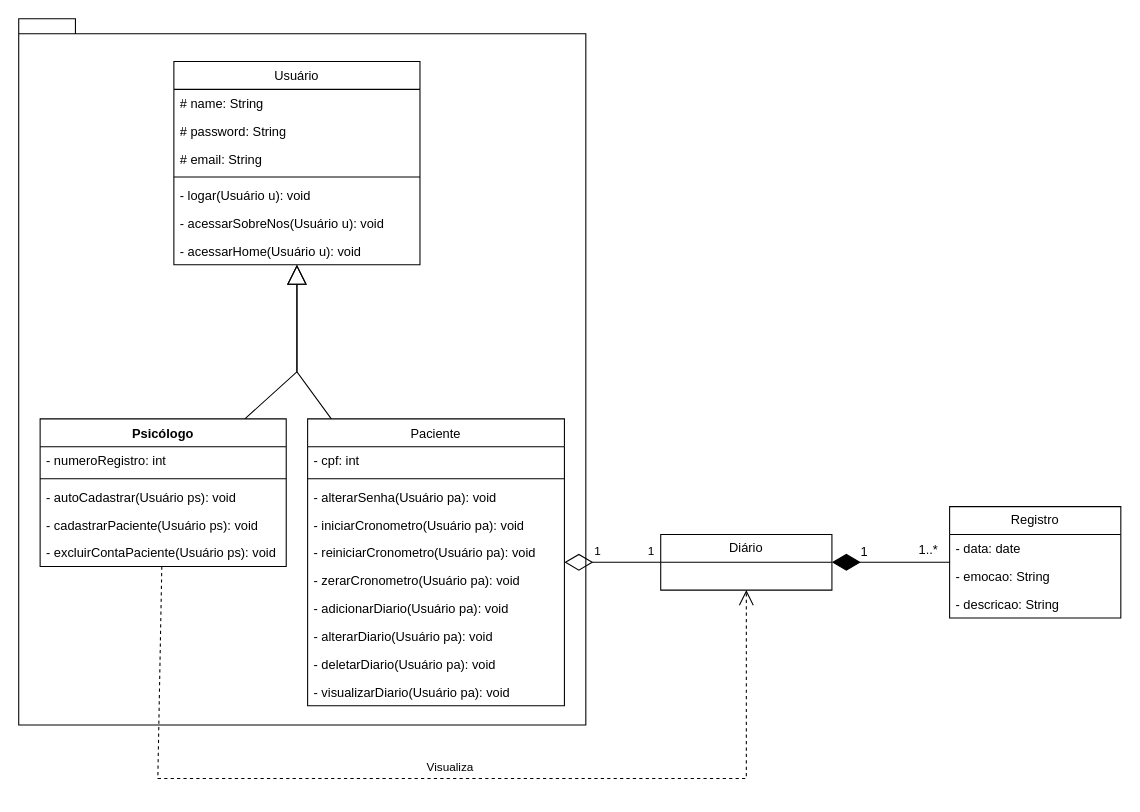
The draw.io diagram InterfaceMyPeace.drawio in RebecaVieiraM/Diagramas, before the edit. Source tidied: cells renumbered, new cells numbered last; positions are measured from the earlier drawing's top-left corner, leaving out a move shared by most shapes. Both pictures are drawn from the tidied source at 107%, with x=0, y=0 at pixel (18, 18).
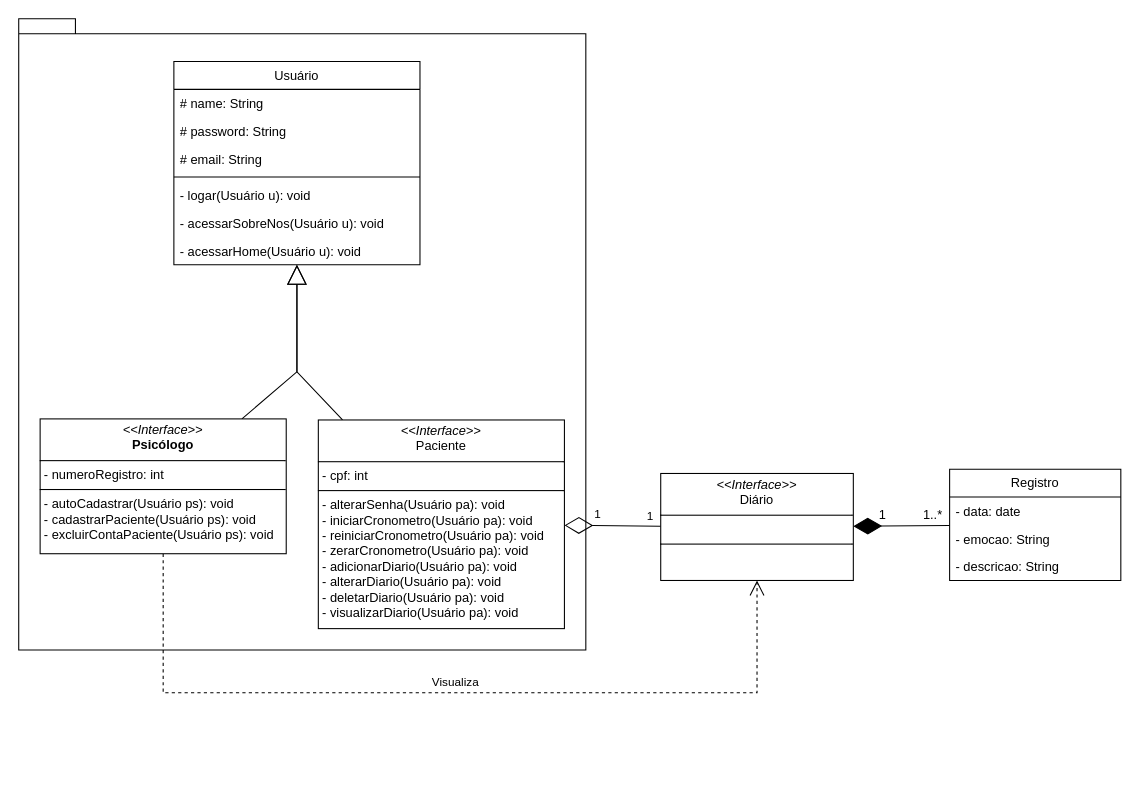
Above is the later version.

The change refers to these unchanged cells:
```xml
<mxCell id="30" value="&lt;span style=&quot;font-weight: 400;&quot;&gt;Usuário&lt;/span&gt;" style="swimlane;fontStyle=1;align=center;verticalAlign=top;horizontal=1;startSize=26;whiteSpace=wrap;html=1;" parent="1" vertex="1">
  <mxGeometry x="145" y="40" width="230" height="190" as="geometry" />
</mxCell>
```

The edit, as a diff of the source:
```diff
@@
     <mxCell id="2" style="shape=folder;fontStyle=1;spacingTop=10;tabWidth=40;tabHeight=14;tabPosition=left;html=1;whiteSpace=wrap;" parent="1" vertex="1">
-      <mxGeometry width="530" height="660" as="geometry" />
+      <mxGeometry width="530" height="590" as="geometry" />
     </mxCell>
-    <mxCell id="3" style="endArrow=block;endSize=16;endFill=0;html=1;rounded=0;" parent="1" edge="1" source="13" target="30">
+    <mxCell id="3" style="endArrow=block;endSize=16;endFill=0;html=1;rounded=0;" parent="1" edge="1" source="42" target="30">
       <mxGeometry relative="1" as="geometry">
         <Array as="points">
           <mxPoint x="260" y="330" />
         </Array>
       </mxGeometry>
     </mxCell>
-    <mxCell id="4" style="endArrow=block;endSize=16;endFill=0;html=1;rounded=0;" parent="1" edge="1" source="19" target="30">
+    <mxCell id="4" style="endArrow=block;endSize=16;endFill=0;html=1;rounded=0;" parent="1" edge="1" source="44" target="30">
       <mxGeometry relative="1" as="geometry">
         <Array as="points">
           <mxPoint x="260" y="330" />
         </Array>
       </mxGeometry>
     </mxCell>
-    <mxCell id="5" value="Diário" style="swimlane;fontStyle=0;horizontal=1;startSize=26;fillColor=none;whiteSpace=wrap;html=1;" parent="1" vertex="1">
-      <mxGeometry x="600" y="482" width="160" height="52" as="geometry" />
-    </mxCell>
-    <mxCell id="6" style="endArrow=diamondThin;endFill=0;endSize=24;html=1;rounded=0;" parent="1" edge="1" source="5" target="19">
+    <mxCell id="6" style="endArrow=diamondThin;endFill=0;endSize=24;html=1;rounded=0;" parent="1" edge="1" source="43" target="44">
       <mxGeometry relative="1" as="geometry" />
     </mxCell>
@@
     <mxCell id="8" value="Registro" style="swimlane;fontStyle=0;horizontal=1;startSize=26;fillColor=none;whiteSpace=wrap;html=1;" parent="1" vertex="1">
-      <mxGeometry x="870" y="456" width="160" height="104" as="geometry" />
+      <mxGeometry x="870" y="421" width="160" height="104" as="geometry" />
     </mxCell>
@@
     <mxCell id="12" value="1..*" style="text;html=1;align=center;verticalAlign=middle;strokeColor=none;fillColor=none;" parent="1" vertex="1">
-      <mxGeometry x="830" y="482" width="40" height="30" as="geometry" />
+      <mxGeometry x="834" y="449" width="40" height="30" as="geometry" />
     </mxCell>
-    <mxCell id="13" value="Psicólogo" style="swimlane;fontStyle=1;align=center;verticalAlign=top;horizontal=1;startSize=26;whiteSpace=wrap;html=1;" parent="1" vertex="1">
-      <mxGeometry x="20" y="374" width="230" height="138" as="geometry" />
-    </mxCell>
-    <mxCell id="14" value="- numeroRegistro: int" style="text;strokeColor=none;fillColor=none;align=left;verticalAlign=top;spacingLeft=4;spacingRight=4;overflow=hidden;whiteSpace=wrap;html=1;" parent="13" vertex="1">
-      <mxGeometry y="26" width="230" height="26" as="geometry" />
-    </mxCell>
-    <mxCell id="15" style="line;strokeWidth=1;fillColor=none;align=left;verticalAlign=middle;spacingTop=-1;spacingLeft=3;spacingRight=3;labelPosition=right;strokeColor=inherit;" parent="13" vertex="1">
-      <mxGeometry y="52" width="230" height="8" as="geometry" />
-    </mxCell>
-    <mxCell id="16" value="- autoCadastrar(Usuário ps): void" style="text;strokeColor=none;fillColor=none;align=left;verticalAlign=top;spacingLeft=4;spacingRight=4;overflow=hidden;whiteSpace=wrap;html=1;" parent="13" vertex="1">
-      <mxGeometry y="60" width="230" height="26" as="geometry" />
-    </mxCell>
-    <mxCell id="17" value="- cadastrarPaciente(Usuário ps): void" style="text;strokeColor=none;fillColor=none;align=left;verticalAlign=top;spacingLeft=4;spacingRight=4;overflow=hidden;whiteSpace=wrap;html=1;" parent="13" vertex="1">
-      <mxGeometry y="86" width="230" height="26" as="geometry" />
-    </mxCell>
-    <mxCell id="18" value="- excluirContaPaciente(Usuário ps): void" style="text;strokeColor=none;fillColor=none;align=left;verticalAlign=top;spacingLeft=4;spacingRight=4;overflow=hidden;whiteSpace=wrap;html=1;" parent="13" vertex="1">
-      <mxGeometry y="112" width="230" height="26" as="geometry" />
-    </mxCell>
-    <mxCell id="19" value="&lt;span style=&quot;font-weight: 400;&quot;&gt;Paciente&lt;/span&gt;" style="swimlane;fontStyle=1;align=center;verticalAlign=top;horizontal=1;startSize=26;whiteSpace=wrap;html=1;" parent="1" vertex="1">
-      <mxGeometry x="270" y="374" width="240" height="268" as="geometry" />
-    </mxCell>
-    <mxCell id="20" value="- cpf&lt;span style=&quot;background-color: initial;&quot;&gt;: int&lt;/span&gt;" style="text;strokeColor=none;fillColor=none;align=left;verticalAlign=top;spacingLeft=4;spacingRight=4;overflow=hidden;whiteSpace=wrap;html=1;" parent="19" vertex="1">
-      <mxGeometry y="26" width="240" height="26" as="geometry" />
-    </mxCell>
-    <mxCell id="21" style="line;strokeWidth=1;fillColor=none;align=left;verticalAlign=middle;spacingTop=-1;spacingLeft=3;spacingRight=3;labelPosition=right;strokeColor=inherit;" parent="19" vertex="1">
-      <mxGeometry y="52" width="240" height="8" as="geometry" />
-    </mxCell>
-    <mxCell id="22" value="- alterarSenha(Usuário pa): void" style="text;strokeColor=none;fillColor=none;align=left;verticalAlign=top;spacingLeft=4;spacingRight=4;overflow=hidden;whiteSpace=wrap;html=1;" parent="19" vertex="1">
-      <mxGeometry y="60" width="240" height="26" as="geometry" />
-    </mxCell>
-    <mxCell id="23" value="- iniciarCronometro(Usuário pa): void" style="text;strokeColor=none;fillColor=none;align=left;verticalAlign=top;spacingLeft=4;spacingRight=4;overflow=hidden;whiteSpace=wrap;html=1;" parent="19" vertex="1">
-      <mxGeometry y="86" width="240" height="26" as="geometry" />
-    </mxCell>
-    <mxCell id="24" value="- reiniciarCronometro(Usuário pa): void" style="text;strokeColor=none;fillColor=none;align=left;verticalAlign=top;spacingLeft=4;spacingRight=4;overflow=hidden;whiteSpace=wrap;html=1;" parent="19" vertex="1">
-      <mxGeometry y="112" width="240" height="26" as="geometry" />
-    </mxCell>
-    <mxCell id="25" value="- zerarCronometro(Usuário pa): void" style="text;strokeColor=none;fillColor=none;align=left;verticalAlign=top;spacingLeft=4;spacingRight=4;overflow=hidden;whiteSpace=wrap;html=1;" parent="19" vertex="1">
-      <mxGeometry y="138" width="240" height="26" as="geometry" />
-    </mxCell>
-    <mxCell id="26" value="- adicionarDiario(Usuário pa): void" style="text;strokeColor=none;fillColor=none;align=left;verticalAlign=top;spacingLeft=4;spacingRight=4;overflow=hidden;whiteSpace=wrap;html=1;" parent="19" vertex="1">
-      <mxGeometry y="164" width="240" height="26" as="geometry" />
-    </mxCell>
-    <mxCell id="27" value="- alterarDiario(Usuário pa): void" style="text;strokeColor=none;fillColor=none;align=left;verticalAlign=top;spacingLeft=4;spacingRight=4;overflow=hidden;whiteSpace=wrap;html=1;" parent="19" vertex="1">
-      <mxGeometry y="190" width="240" height="26" as="geometry" />
-    </mxCell>
-    <mxCell id="28" value="- deletarDiario(Usuário pa): void" style="text;strokeColor=none;fillColor=none;align=left;verticalAlign=top;spacingLeft=4;spacingRight=4;overflow=hidden;whiteSpace=wrap;html=1;" parent="19" vertex="1">
-      <mxGeometry y="216" width="240" height="26" as="geometry" />
-    </mxCell>
-    <mxCell id="29" value="- visualizarDiario(Usuário pa): void" style="text;strokeColor=none;fillColor=none;align=left;verticalAlign=top;spacingLeft=4;spacingRight=4;overflow=hidden;whiteSpace=wrap;html=1;" parent="19" vertex="1">
-      <mxGeometry y="242" width="240" height="26" as="geometry" />
-    </mxCell>
@@
     <mxCell id="38" value="1" style="edgeLabel;html=1;align=center;verticalAlign=middle;" parent="1" vertex="1">
-      <mxGeometry x="550" y="497" as="geometry">
+      <mxGeometry x="549" y="464" as="geometry">
         <mxPoint x="40" as="offset" />
       </mxGeometry>
     </mxCell>
-    <mxCell id="39" style="endArrow=diamondThin;endFill=1;endSize=24;html=1;rounded=0;" parent="1" edge="1" source="8" target="5">
+    <mxCell id="39" style="endArrow=diamondThin;endFill=1;endSize=24;html=1;rounded=0;" parent="1" edge="1" source="8" target="43">
       <mxGeometry relative="1" as="geometry" />
     </mxCell>
-    <mxCell id="40" value="Visualiza" style="endArrow=open;endSize=12;dashed=1;html=1;rounded=0;" parent="1" edge="1" source="13" target="5">
+    <mxCell id="40" value="Visualiza" style="endArrow=open;endSize=12;dashed=1;html=1;rounded=0;" parent="1" edge="1" source="42" target="43">
       <mxGeometry x="0.02" y="10" relative="1" as="geometry">
         <Array as="points">
-          <mxPoint x="130" y="710" />
-          <mxPoint x="680" y="710" />
+          <mxPoint x="135" y="630" />
+          <mxPoint x="690" y="630" />
         </Array>
       </mxGeometry>
     </mxCell>
     <mxCell id="41" value="1" style="text;html=1;align=center;verticalAlign=middle;strokeColor=none;fillColor=none;" parent="1" vertex="1">
-      <mxGeometry x="775" y="484" width="30" height="30" as="geometry" />
+      <mxGeometry x="792" y="449" width="30" height="30" as="geometry" />
     </mxCell>
+    <mxCell id="42" value="&lt;p style=&quot;margin:0px;margin-top:4px;text-align:center;&quot;&gt;&lt;i&gt;&amp;lt;&amp;lt;Interface&amp;gt;&amp;gt;&lt;/i&gt;&lt;br&gt;&lt;span style=&quot;font-weight: 700;&quot;&gt;Psicólogo&lt;/span&gt;&lt;br&gt;&lt;/p&gt;&lt;hr size=&quot;1&quot; style=&quot;border-style:solid;&quot;&gt;&lt;p style=&quot;margin:0px;margin-left:4px;&quot;&gt;- numeroRegistro: int&lt;br&gt;&lt;/p&gt;&lt;hr size=&quot;1&quot; style=&quot;border-style:solid;&quot;&gt;&lt;p style=&quot;margin:0px;margin-left:4px;&quot;&gt;- autoCadastrar(Usuário ps): void&lt;br&gt;&lt;/p&gt;&lt;p style=&quot;margin:0px;margin-left:4px;&quot;&gt;- cadastrarPaciente(Usuário ps): void&lt;br&gt;&lt;/p&gt;&lt;p style=&quot;margin:0px;margin-left:4px;&quot;&gt;- excluirContaPaciente(Usuário ps): void&lt;br&gt;&lt;/p&gt;" style="verticalAlign=top;align=left;overflow=fill;html=1;whiteSpace=wrap;" parent="1" vertex="1">
+      <mxGeometry x="20" y="374" width="230" height="126" as="geometry" />
+    </mxCell>
+    <mxCell id="43" value="&lt;p style=&quot;margin:0px;margin-top:4px;text-align:center;&quot;&gt;&lt;i&gt;&amp;lt;&amp;lt;Interface&amp;gt;&amp;gt;&lt;/i&gt;&lt;br&gt;Diário&lt;br&gt;&lt;/p&gt;&lt;hr size=&quot;1&quot; style=&quot;border-style:solid;&quot;&gt;&lt;p style=&quot;margin:0px;margin-left:4px;&quot;&gt;&lt;br&gt;&lt;/p&gt;&lt;hr size=&quot;1&quot; style=&quot;border-style:solid;&quot;&gt;&lt;p style=&quot;margin:0px;margin-left:4px;&quot;&gt;&lt;br&gt;&lt;/p&gt;" style="verticalAlign=top;align=left;overflow=fill;html=1;whiteSpace=wrap;" parent="1" vertex="1">
+      <mxGeometry x="600" y="425" width="180" height="100" as="geometry" />
+    </mxCell>
+    <mxCell id="44" value="&lt;p style=&quot;margin:0px;margin-top:4px;text-align:center;&quot;&gt;&lt;i&gt;&amp;lt;&amp;lt;Interface&amp;gt;&amp;gt;&lt;/i&gt;&lt;br&gt;Paciente&lt;br&gt;&lt;/p&gt;&lt;hr size=&quot;1&quot; style=&quot;border-style:solid;&quot;&gt;&lt;p style=&quot;margin:0px;margin-left:4px;&quot;&gt;- cpf&lt;span style=&quot;background-color: initial;&quot;&gt;: int&lt;/span&gt;&lt;br&gt;&lt;/p&gt;&lt;hr size=&quot;1&quot; style=&quot;border-style:solid;&quot;&gt;&lt;p style=&quot;margin:0px;margin-left:4px;&quot;&gt;&lt;span style=&quot;background-color: initial;&quot;&gt;- alterarSenha(Usuário pa): void&lt;/span&gt;&lt;/p&gt;&lt;p style=&quot;margin:0px;margin-left:4px;&quot;&gt;&lt;span style=&quot;background-color: initial;&quot;&gt;- iniciarCronometro(Usuário pa): void&lt;/span&gt;&lt;/p&gt;&lt;p style=&quot;margin:0px;margin-left:4px;&quot;&gt;- reiniciarCronometro(Usuário pa): void&lt;br&gt;&lt;/p&gt;&lt;p style=&quot;margin:0px;margin-left:4px;&quot;&gt;- zerarCronometro(Usuário pa): void&lt;br&gt;&lt;/p&gt;&lt;p style=&quot;margin:0px;margin-left:4px;&quot;&gt;- adicionarDiario(Usuário pa): void&lt;br&gt;&lt;/p&gt;&lt;p style=&quot;margin:0px;margin-left:4px;&quot;&gt;- alterarDiario(Usuário pa): void&lt;br&gt;&lt;/p&gt;&lt;p style=&quot;margin:0px;margin-left:4px;&quot;&gt;- deletarDiario(Usuário pa): void&lt;br&gt;&lt;/p&gt;&lt;p style=&quot;margin:0px;margin-left:4px;&quot;&gt;- visualizarDiario(Usuário pa): void&lt;br&gt;&lt;/p&gt;" style="verticalAlign=top;align=left;overflow=fill;html=1;whiteSpace=wrap;" parent="1" vertex="1">
+      <mxGeometry x="280" y="375" width="230" height="195" as="geometry" />
+    </mxCell>
```
